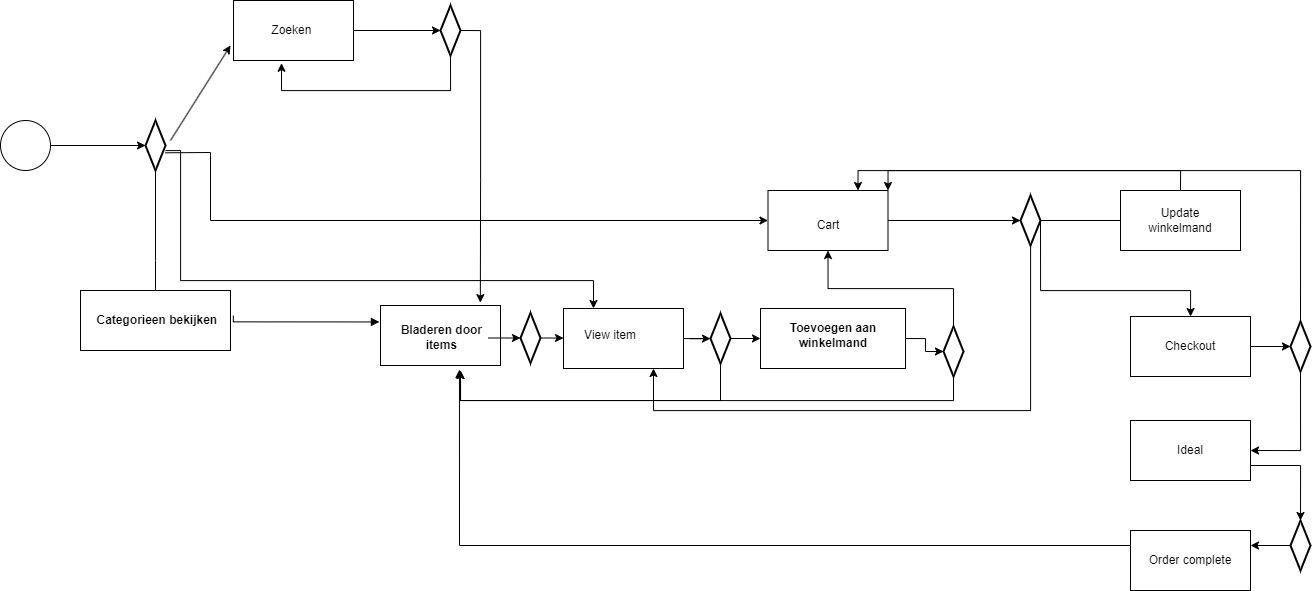
Before: drawio/activityDiagram/activityDiagram.drawio.png, a diagram exported from draw.io (Naraquoth/nerdygadgets). Source tidied: cells renumbered, new cells last; positions are measured from the earlier drawing's top-left corner, leaving out a move shared by most shapes.
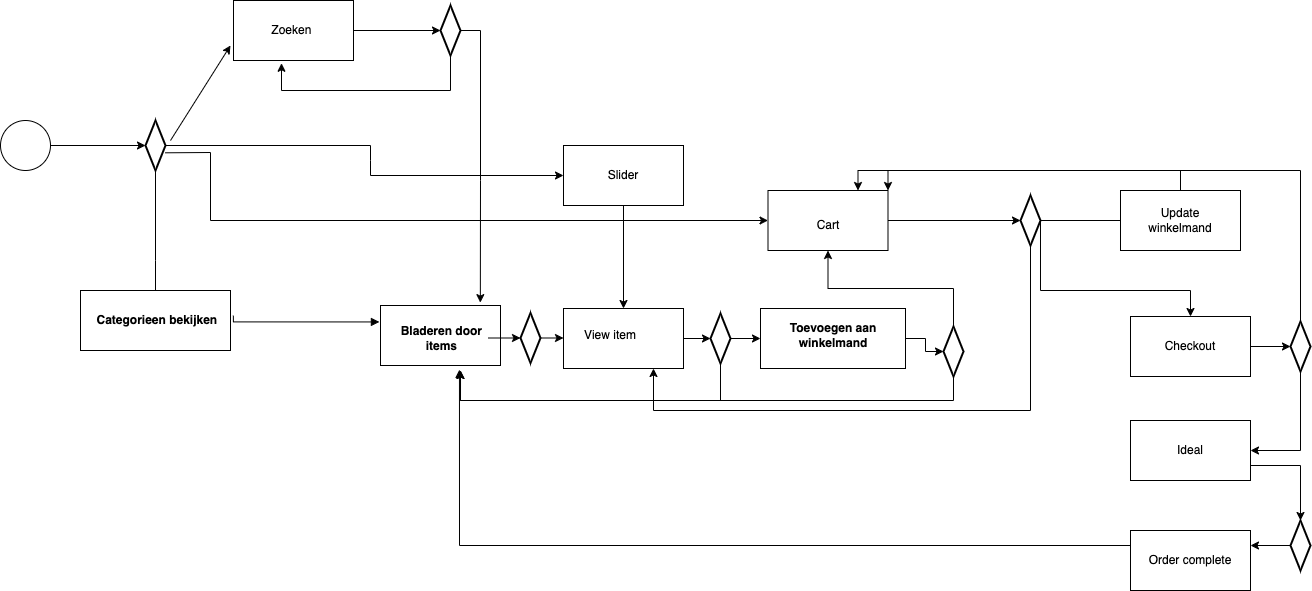
Later version of the same file.

Commit message:
updated Activity diagram

Change to the diagram source:
```diff
@@ -41,15 +41,15 @@
     <mxCell id="11" style="edgeStyle=orthogonalEdgeStyle;rounded=0;jettySize=auto;html=1;" parent="1" edge="1" source="3" target="13">
       <mxGeometry relative="1" as="geometry" />
     </mxCell>
-    <mxCell id="12" style="edgeStyle=orthogonalEdgeStyle;rounded=0;jettySize=auto;html=1;entryX=0.25;entryY=0;entryDx=0;entryDy=0;" parent="1" edge="1" source="13" target="21">
-      <mxGeometry relative="1" as="geometry">
-        <Array as="points">
-          <mxPoint x="180" y="150" />
-          <mxPoint x="180" y="280" />
-          <mxPoint x="593" y="280" />
-        </Array>
-      </mxGeometry>
-    </mxCell>
+    <mxCell id="56" style="edgeStyle=none;html=1;entryX=0;entryY=0.5;entryDx=0;entryDy=0;rounded=0;" parent="1" edge="1" source="13" target="58">
+      <mxGeometry relative="1" as="geometry">
+        <Array as="points">
+          <mxPoint x="370" y="145" />
+          <mxPoint x="370" y="160" />
+          <mxPoint x="370" y="175" />
+        </Array>
+      </mxGeometry>
+    </mxCell>
     <mxCell id="13" style="strokeWidth=2;html=1;shape=mxgraph.flowchart.decision;whiteSpace=wrap;" parent="1" vertex="1">
       <mxGeometry x="145" y="120" width="20" height="50" as="geometry" />
     </mxCell>
@@ -213,5 +213,14 @@
     <mxCell id="55" style="edgeStyle=orthogonalEdgeStyle;rounded=0;jettySize=auto;html=1;exitX=0;exitY=0.25;exitDx=0;exitDy=0;entryX=0.658;entryY=1.067;entryDx=0;entryDy=0;entryPerimeter=0;" parent="1" edge="1" source="51" target="5">
       <mxGeometry relative="1" as="geometry" />
     </mxCell>
+    <mxCell id="57" style="edgeStyle=none;html=1;entryX=0.5;entryY=0;entryDx=0;entryDy=0;" parent="1" edge="1" source="58" target="21">
+      <mxGeometry relative="1" as="geometry" />
+    </mxCell>
+    <mxCell id="58" style="rounded=0;whiteSpace=wrap;html=1;" parent="1" vertex="1">
+      <mxGeometry x="563" y="145" width="120" height="60" as="geometry" />
+    </mxCell>
+    <mxCell id="59" value="Slider" style="text;html=1;strokeColor=none;fillColor=none;align=center;verticalAlign=middle;whiteSpace=wrap;rounded=0;" parent="1" vertex="1">
+      <mxGeometry x="593" y="160" width="60" height="30" as="geometry" />
+    </mxCell>
   </root>
 </mxGraphModel>
```
